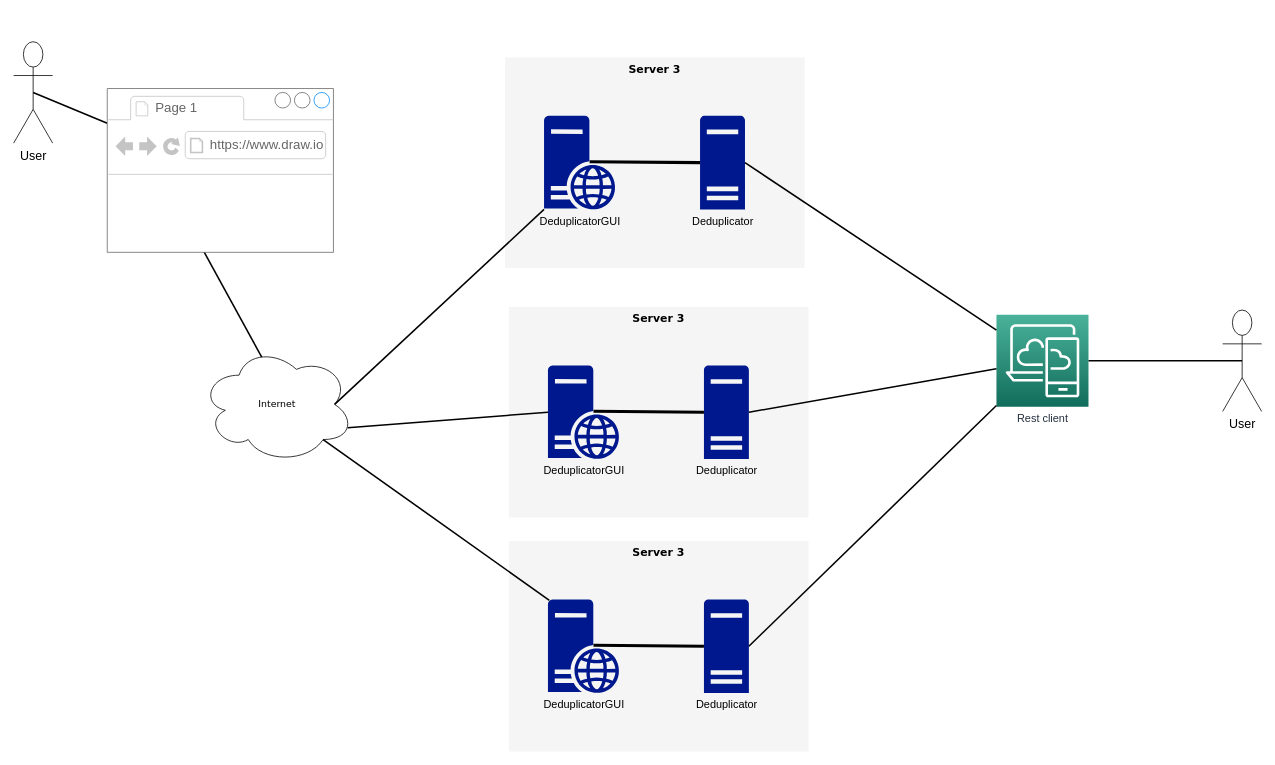
Earlier version of the draw.io diagram Documentation/project schema/projectSchema.drawio (FadilSmajilbasic/Deduplicator). Source tidied: cells renumbered, new cells numbered last; positions are measured from the earlier drawing's top-left corner, leaving out a move shared by most shapes. Both pictures are drawn from the tidied source at 78%, with x=0, y=0 at pixel (13, 41).
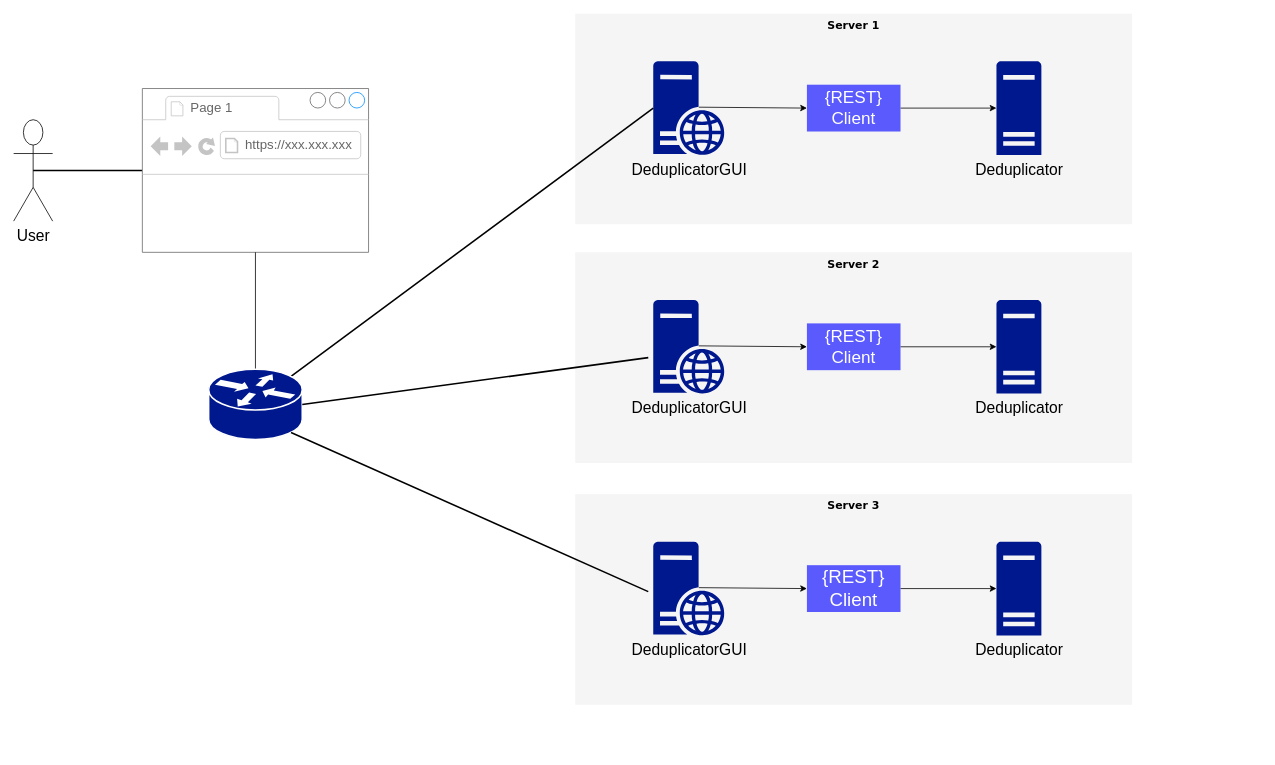
Above is the later version.

Change to the diagram source:
```diff
@@
-    <mxCell id="2" style="edgeStyle=none;rounded=0;jettySize=auto;html=1;exitX=0.4;exitY=0.1;exitDx=0;exitDy=0;exitPerimeter=0;entryX=0.41;entryY=0.952;entryDx=0;entryDy=0;entryPerimeter=0;endArrow=none;endFill=0;strokeWidth=2;" parent="1" edge="1" source="3" target="6">
-      <mxGeometry relative="1" as="geometry" />
-    </mxCell>
-    <mxCell id="3" value="Internet" style="ellipse;shape=cloud;whiteSpace=wrap;html=1;rounded=0;shadow=0;comic=0;strokeWidth=1;fontFamily=Verdana;fontSize=12;" parent="1" vertex="1">
-      <mxGeometry x="240" y="390" width="196" height="150" as="geometry" />
-    </mxCell>
@@
-    <mxCell id="5" value="&lt;font style=&quot;font-size: 16px&quot;&gt;User&lt;/font&gt;" style="shape=umlActor;verticalLabelPosition=bottom;labelBackgroundColor=#ffffff;verticalAlign=top;html=1;outlineConnect=0;" parent="1" vertex="1">
-      <mxGeometry width="50" height="130" as="geometry" />
+    <mxCell id="5" value="&lt;font style=&quot;font-size: 20px;&quot;&gt;User&lt;/font&gt;" style="shape=umlActor;verticalLabelPosition=bottom;labelBackgroundColor=#ffffff;verticalAlign=top;html=1;outlineConnect=0;fontSize=20;" parent="1" vertex="1">
+      <mxGeometry y="100" width="50" height="130" as="geometry" />
     </mxCell>
     <mxCell id="6" style="strokeWidth=1;shadow=0;dashed=0;align=center;html=1;shape=mxgraph.mockup.containers.browserWindow;rSize=0;strokeColor=#666666;strokeColor2=#008cff;strokeColor3=#c4c4c4;mainText=,;" parent="1" vertex="1">
-      <mxGeometry x="120" y="60" width="290" height="210" as="geometry" />
+      <mxGeometry x="165" y="60" width="290" height="210" as="geometry" />
     </mxCell>
@@
-    <mxCell id="8" value="https://www.draw.io" style="strokeWidth=1;shadow=0;dashed=0;align=center;html=1;shape=mxgraph.mockup.containers.anchor;rSize=0;fontSize=17;fontColor=#666666;align=left;" parent="6" vertex="1">
-      <mxGeometry x="130" y="60" width="250" height="26" as="geometry" />
+    <mxCell id="8" value="https://xxx.xxx.xxx" style="strokeWidth=1;shadow=0;dashed=0;align=center;html=1;shape=mxgraph.mockup.containers.anchor;rSize=0;fontSize=17;fontColor=#666666;align=left;" parent="6" vertex="1">
+      <mxGeometry x="130" y="60" width="140" height="26" as="geometry" />
     </mxCell>
     <mxCell id="9" style="group;" parent="1" vertex="1">
-      <mxGeometry x="630" y="20" width="384" height="270" as="geometry" />
+      <mxGeometry x="720" y="-36" width="714" height="270" as="geometry" />
     </mxCell>
-    <mxCell id="10" value="Server 3" style="whiteSpace=wrap;html=1;rounded=0;shadow=0;comic=0;strokeWidth=1;fontFamily=Verdana;fontSize=14;fillColor=#f5f5f5;strokeColor=none;fontStyle=1;verticalAlign=top;" parent="9" vertex="1">
-      <mxGeometry width="384" height="270" as="geometry" />
+    <mxCell id="10" value="Server 1" style="whiteSpace=wrap;html=1;rounded=0;shadow=0;comic=0;strokeWidth=1;fontFamily=Verdana;fontSize=14;fillColor=#f5f5f5;strokeColor=none;fontStyle=1;verticalAlign=top;" parent="9" vertex="1">
+      <mxGeometry width="714" height="270" as="geometry" />
     </mxCell>
-    <mxCell id="11" value="&lt;font style=&quot;font-size: 14px&quot;&gt;DeduplicatorGUI&lt;/font&gt;" style="shadow=0;dashed=0;html=1;strokeColor=none;labelPosition=center;verticalLabelPosition=bottom;verticalAlign=top;align=center;fillColor=#00188D;shape=mxgraph.mscae.enterprise.web_server;" parent="9" vertex="1">
-      <mxGeometry x="50" y="75" width="91.2" height="120" as="geometry" />
+    <mxCell id="11" value="&lt;font style=&quot;font-size: 20px&quot;&gt;DeduplicatorGUI&lt;/font&gt;" style="shadow=0;dashed=0;html=1;strokeColor=none;labelPosition=center;verticalLabelPosition=bottom;verticalAlign=top;align=center;fillColor=#00188D;shape=mxgraph.mscae.enterprise.web_server;" parent="9" vertex="1">
+      <mxGeometry x="100" y="61.1" width="91.2" height="120" as="geometry" />
     </mxCell>
-    <mxCell id="12" value="&lt;font style=&quot;font-size: 14px&quot;&gt;Deduplicator&lt;/font&gt;" style="shadow=0;dashed=0;html=1;strokeColor=none;labelPosition=center;verticalLabelPosition=bottom;verticalAlign=top;align=center;fillColor=#00188D;shape=mxgraph.mscae.enterprise.server_generic;" parent="9" vertex="1">
-      <mxGeometry x="250" y="75" width="57.6" height="120" as="geometry" />
+    <mxCell id="12" value="&lt;font style=&quot;font-size: 20px&quot;&gt;Deduplicator&lt;/font&gt;" style="shadow=0;dashed=0;html=1;strokeColor=none;labelPosition=center;verticalLabelPosition=bottom;verticalAlign=top;align=center;fillColor=#00188D;shape=mxgraph.mscae.enterprise.server_generic;" parent="9" vertex="1">
+      <mxGeometry x="540" y="61.1" width="57.6" height="120" as="geometry" />
     </mxCell>
-    <mxCell id="13" style="edgeStyle=none;rounded=0;jettySize=auto;html=1;entryX=0;entryY=0.5;entryDx=0;entryDy=0;entryPerimeter=0;endArrow=none;endFill=0;strokeWidth=4;exitX=0.64;exitY=0.49;exitDx=0;exitDy=0;exitPerimeter=0;" parent="9" edge="1" source="11" target="12">
-      <mxGeometry relative="1" as="geometry" />
-    </mxCell>
+    <mxCell id="33" style="edgeStyle=none;rounded=0;jettySize=auto;html=1;exitX=1;exitY=0.5;exitDx=0;exitDy=0;entryX=0;entryY=0.5;entryDx=0;entryDy=0;entryPerimeter=0;startArrow=none;startFill=0;endArrow=classic;endFill=1;fontSize=20;" parent="9" edge="1" source="35" target="12">
+      <mxGeometry relative="1" as="geometry" />
+    </mxCell>
+    <mxCell id="34" style="edgeStyle=none;rounded=0;jettySize=auto;html=1;exitX=0;exitY=0.5;exitDx=0;exitDy=0;entryX=0.64;entryY=0.49;entryDx=0;entryDy=0;entryPerimeter=0;startArrow=classic;startFill=1;endArrow=none;endFill=0;fontSize=20;" parent="9" edge="1" source="35" target="11">
+      <mxGeometry relative="1" as="geometry" />
+    </mxCell>
+    <mxCell id="35" value="&lt;font color=&quot;#ffffff&quot; style=&quot;font-size: 22px&quot;&gt;{REST}&lt;br&gt;Client&lt;br&gt;&lt;/font&gt;" style="rounded=0;whiteSpace=wrap;html=1;fillColor=#3333FF;gradientColor=#3333FF;fontSize=20;strokeColor=none;opacity=80;" parent="9" vertex="1">
+      <mxGeometry x="297" y="91.1" width="120" height="60" as="geometry" />
+    </mxCell>
-    <mxCell id="14" style="edgeStyle=none;rounded=0;jettySize=auto;html=1;exitX=0;exitY=1;exitDx=0;exitDy=0;exitPerimeter=0;entryX=0.875;entryY=0.5;entryDx=0;entryDy=0;entryPerimeter=0;endArrow=none;endFill=0;strokeWidth=2;" parent="1" edge="1" source="11" target="3">
+    <mxCell id="14" style="edgeStyle=none;rounded=0;jettySize=auto;html=1;exitX=0;exitY=0.5;exitDx=0;exitDy=0;exitPerimeter=0;endArrow=none;endFill=0;strokeWidth=2;entryX=0.88;entryY=0.1;entryDx=0;entryDy=0;entryPerimeter=0;" parent="1" edge="1" source="11" target="37">
       <mxGeometry relative="1" as="geometry" />
     </mxCell>
-    <mxCell id="15" value="&lt;font style=&quot;font-size: 14px&quot;&gt;Rest client&lt;/font&gt;" style="outlineConnect=0;fontColor=#232F3E;gradientColor=#4AB29A;gradientDirection=north;fillColor=#116D5B;strokeColor=#ffffff;dashed=0;verticalLabelPosition=bottom;verticalAlign=top;align=center;html=1;fontSize=12;fontStyle=0;shape=mxgraph.aws4.resourceIcon;resIcon=mxgraph.aws4.desktop_and_app_streaming;" parent="1" vertex="1">
-      <mxGeometry x="1260" y="350" width="118" height="118" as="geometry" />
-    </mxCell>
-    <mxCell id="16" style="group;" parent="1" vertex="1">
-      <mxGeometry x="635" y="340" width="384" height="270" as="geometry" />
-    </mxCell>
-    <mxCell id="17" value="Server 3" style="whiteSpace=wrap;html=1;rounded=0;shadow=0;comic=0;strokeWidth=1;fontFamily=Verdana;fontSize=14;fillColor=#f5f5f5;strokeColor=none;fontStyle=1;verticalAlign=top;" parent="16" vertex="1">
-      <mxGeometry width="384" height="270" as="geometry" />
-    </mxCell>
-    <mxCell id="18" value="&lt;font style=&quot;font-size: 14px&quot;&gt;DeduplicatorGUI&lt;/font&gt;" style="shadow=0;dashed=0;html=1;strokeColor=none;labelPosition=center;verticalLabelPosition=bottom;verticalAlign=top;align=center;fillColor=#00188D;shape=mxgraph.mscae.enterprise.web_server;" parent="16" vertex="1">
-      <mxGeometry x="50" y="75" width="91.2" height="120" as="geometry" />
-    </mxCell>
-    <mxCell id="19" value="&lt;font style=&quot;font-size: 14px&quot;&gt;Deduplicator&lt;/font&gt;" style="shadow=0;dashed=0;html=1;strokeColor=none;labelPosition=center;verticalLabelPosition=bottom;verticalAlign=top;align=center;fillColor=#00188D;shape=mxgraph.mscae.enterprise.server_generic;" parent="16" vertex="1">
-      <mxGeometry x="250" y="75" width="57.6" height="120" as="geometry" />
-    </mxCell>
-    <mxCell id="20" style="edgeStyle=none;rounded=0;jettySize=auto;html=1;entryX=0;entryY=0.5;entryDx=0;entryDy=0;entryPerimeter=0;endArrow=none;endFill=0;strokeWidth=4;exitX=0.64;exitY=0.49;exitDx=0;exitDy=0;exitPerimeter=0;" parent="16" edge="1" source="18" target="19">
-      <mxGeometry relative="1" as="geometry" />
-    </mxCell>
-    <mxCell id="21" style="group;" parent="1" vertex="1">
-      <mxGeometry x="635" y="640" width="384" height="270" as="geometry" />
-    </mxCell>
-    <mxCell id="22" value="Server 3" style="whiteSpace=wrap;html=1;rounded=0;shadow=0;comic=0;strokeWidth=1;fontFamily=Verdana;fontSize=14;fillColor=#f5f5f5;strokeColor=none;fontStyle=1;verticalAlign=top;" parent="21" vertex="1">
-      <mxGeometry width="384" height="270" as="geometry" />
-    </mxCell>
-    <mxCell id="23" value="&lt;font style=&quot;font-size: 14px&quot;&gt;DeduplicatorGUI&lt;/font&gt;" style="shadow=0;dashed=0;html=1;strokeColor=none;labelPosition=center;verticalLabelPosition=bottom;verticalAlign=top;align=center;fillColor=#00188D;shape=mxgraph.mscae.enterprise.web_server;" parent="21" vertex="1">
-      <mxGeometry x="50" y="75" width="91.2" height="120" as="geometry" />
-    </mxCell>
-    <mxCell id="24" value="&lt;font style=&quot;font-size: 14px&quot;&gt;Deduplicator&lt;/font&gt;" style="shadow=0;dashed=0;html=1;strokeColor=none;labelPosition=center;verticalLabelPosition=bottom;verticalAlign=top;align=center;fillColor=#00188D;shape=mxgraph.mscae.enterprise.server_generic;" parent="21" vertex="1">
-      <mxGeometry x="250" y="75" width="57.6" height="120" as="geometry" />
-    </mxCell>
-    <mxCell id="25" style="edgeStyle=none;rounded=0;jettySize=auto;html=1;entryX=0;entryY=0.5;entryDx=0;entryDy=0;entryPerimeter=0;endArrow=none;endFill=0;strokeWidth=4;exitX=0.64;exitY=0.49;exitDx=0;exitDy=0;exitPerimeter=0;" parent="21" edge="1" source="23" target="24">
-      <mxGeometry relative="1" as="geometry" />
-    </mxCell>
+    <mxCell id="36" style="rounded=0;jettySize=auto;html=1;exitX=0.5;exitY=0;exitDx=0;exitDy=0;exitPerimeter=0;fontSize=20;endArrow=none;endFill=0;" parent="1" edge="1" source="37" target="6">
+      <mxGeometry relative="1" as="geometry" />
+    </mxCell>
+    <mxCell id="37" style="shape=mxgraph.cisco.routers.router;html=1;dashed=0;fillColor=#00188D;strokeColor=#ffffff;strokeWidth=2;verticalLabelPosition=bottom;verticalAlign=top;fontSize=20;" parent="1" vertex="1">
+      <mxGeometry x="250" y="420" width="120" height="90" as="geometry" />
+    </mxCell>
+    <mxCell id="38" style="group;opacity=30;" parent="1" vertex="1">
+      <mxGeometry x="720" y="270" width="714" height="270" as="geometry" />
+    </mxCell>
+    <mxCell id="39" value="Server 2" style="whiteSpace=wrap;html=1;rounded=0;shadow=0;comic=0;strokeWidth=1;fontFamily=Verdana;fontSize=14;fillColor=#f5f5f5;strokeColor=none;fontStyle=1;verticalAlign=top;" parent="38" vertex="1">
+      <mxGeometry width="714" height="270" as="geometry" />
+    </mxCell>
+    <mxCell id="40" value="&lt;font style=&quot;font-size: 20px&quot;&gt;DeduplicatorGUI&lt;/font&gt;" style="shadow=0;dashed=0;html=1;strokeColor=none;labelPosition=center;verticalLabelPosition=bottom;verticalAlign=top;align=center;fillColor=#00188D;shape=mxgraph.mscae.enterprise.web_server;" parent="38" vertex="1">
+      <mxGeometry x="100" y="61.1" width="91.2" height="120" as="geometry" />
+    </mxCell>
+    <mxCell id="41" value="&lt;font style=&quot;font-size: 20px&quot;&gt;Deduplicator&lt;/font&gt;" style="shadow=0;dashed=0;html=1;strokeColor=none;labelPosition=center;verticalLabelPosition=bottom;verticalAlign=top;align=center;fillColor=#00188D;shape=mxgraph.mscae.enterprise.server_generic;" parent="38" vertex="1">
+      <mxGeometry x="540" y="61.1" width="57.6" height="120" as="geometry" />
+    </mxCell>
+    <mxCell id="42" style="edgeStyle=none;rounded=0;jettySize=auto;html=1;exitX=1;exitY=0.5;exitDx=0;exitDy=0;entryX=0;entryY=0.5;entryDx=0;entryDy=0;entryPerimeter=0;startArrow=none;startFill=0;endArrow=classic;endFill=1;fontSize=20;" parent="38" edge="1" source="44" target="41">
+      <mxGeometry relative="1" as="geometry" />
+    </mxCell>
+    <mxCell id="43" style="edgeStyle=none;rounded=0;jettySize=auto;html=1;exitX=0;exitY=0.5;exitDx=0;exitDy=0;entryX=0.64;entryY=0.49;entryDx=0;entryDy=0;entryPerimeter=0;startArrow=classic;startFill=1;endArrow=none;endFill=0;fontSize=20;" parent="38" edge="1" source="44" target="40">
+      <mxGeometry relative="1" as="geometry" />
+    </mxCell>
+    <mxCell id="44" value="&lt;span style=&quot;color: rgb(255 , 255 , 255) ; font-size: 22px&quot;&gt;{REST}&lt;/span&gt;&lt;br style=&quot;color: rgb(255 , 255 , 255) ; font-size: 22px&quot;&gt;&lt;span style=&quot;color: rgb(255 , 255 , 255) ; font-size: 22px&quot;&gt;Client&lt;/span&gt;" style="rounded=0;whiteSpace=wrap;html=1;fillColor=#3333FF;gradientColor=#3333FF;fontSize=20;strokeColor=none;opacity=80;" parent="38" vertex="1">
+      <mxGeometry x="297" y="91.1" width="120" height="60" as="geometry" />
+    </mxCell>
+    <mxCell id="45" style="group;" parent="1" vertex="1">
+      <mxGeometry x="720" y="580" width="714" height="270" as="geometry" />
+    </mxCell>
+    <mxCell id="46" value="Server 3" style="whiteSpace=wrap;html=1;rounded=0;shadow=0;comic=0;strokeWidth=1;fontFamily=Verdana;fontSize=14;fillColor=#f5f5f5;strokeColor=none;fontStyle=1;verticalAlign=top;" parent="45" vertex="1">
+      <mxGeometry width="714" height="270" as="geometry" />
+    </mxCell>
+    <mxCell id="47" value="&lt;font style=&quot;font-size: 20px&quot;&gt;DeduplicatorGUI&lt;/font&gt;" style="shadow=0;dashed=0;html=1;strokeColor=none;labelPosition=center;verticalLabelPosition=bottom;verticalAlign=top;align=center;fillColor=#00188D;shape=mxgraph.mscae.enterprise.web_server;" parent="45" vertex="1">
+      <mxGeometry x="100" y="61.1" width="91.2" height="120" as="geometry" />
+    </mxCell>
+    <mxCell id="48" value="&lt;font style=&quot;font-size: 20px&quot;&gt;Deduplicator&lt;/font&gt;" style="shadow=0;dashed=0;html=1;strokeColor=none;labelPosition=center;verticalLabelPosition=bottom;verticalAlign=top;align=center;fillColor=#00188D;shape=mxgraph.mscae.enterprise.server_generic;" parent="45" vertex="1">
+      <mxGeometry x="540" y="61.1" width="57.6" height="120" as="geometry" />
+    </mxCell>
+    <mxCell id="49" style="edgeStyle=none;rounded=0;jettySize=auto;html=1;exitX=1;exitY=0.5;exitDx=0;exitDy=0;entryX=0;entryY=0.5;entryDx=0;entryDy=0;entryPerimeter=0;startArrow=none;startFill=0;endArrow=classic;endFill=1;fontSize=20;" parent="45" edge="1" source="51" target="48">
+      <mxGeometry relative="1" as="geometry" />
+    </mxCell>
+    <mxCell id="50" style="edgeStyle=none;rounded=0;jettySize=auto;html=1;exitX=0;exitY=0.5;exitDx=0;exitDy=0;entryX=0.64;entryY=0.49;entryDx=0;entryDy=0;entryPerimeter=0;startArrow=classic;startFill=1;endArrow=none;endFill=0;fontSize=20;" parent="45" edge="1" source="51" target="47">
+      <mxGeometry relative="1" as="geometry" />
+    </mxCell>
+    <mxCell id="51" value="&lt;font style=&quot;font-size: 24px&quot;&gt;&lt;span style=&quot;color: rgb(255 , 255 , 255)&quot;&gt;{REST}&lt;/span&gt;&lt;br style=&quot;color: rgb(255 , 255 , 255)&quot;&gt;&lt;span style=&quot;color: rgb(255 , 255 , 255)&quot;&gt;Client&lt;/span&gt;&lt;/font&gt;" style="rounded=0;whiteSpace=wrap;html=1;fillColor=#3333FF;gradientColor=#3333FF;fontSize=20;strokeColor=none;opacity=80;" parent="45" vertex="1">
+      <mxGeometry x="297" y="91.1" width="120" height="60" as="geometry" />
+    </mxCell>
-    <mxCell id="26" style="rounded=0;jettySize=auto;html=1;entryX=0.8;entryY=0.8;entryDx=0;entryDy=0;entryPerimeter=0;endArrow=none;endFill=0;strokeWidth=2;exitX=0.02;exitY=0.01;exitDx=0;exitDy=0;exitPerimeter=0;" parent="1" edge="1" source="23" target="3">
-      <mxGeometry relative="1" as="geometry" />
+    <mxCell id="26" style="rounded=0;jettySize=auto;html=1;endArrow=none;endFill=0;strokeWidth=2;exitX=0;exitY=0.5;exitDx=0;exitDy=0;exitPerimeter=0;entryX=0.88;entryY=0.9;entryDx=0;entryDy=0;entryPerimeter=0;" parent="1" edge="1" target="37">
+      <mxGeometry relative="1" as="geometry">
+        <mxPoint x="813.6" y="705" as="sourcePoint" />
+      </mxGeometry>
     </mxCell>
-    <mxCell id="27" style="edgeStyle=none;rounded=0;jettySize=auto;html=1;exitX=0.96;exitY=0.7;exitDx=0;exitDy=0;exitPerimeter=0;entryX=0;entryY=0.5;entryDx=0;entryDy=0;entryPerimeter=0;endArrow=none;endFill=0;strokeWidth=2;" parent="1" edge="1" source="3" target="18">
-      <mxGeometry relative="1" as="geometry" />
+    <mxCell id="27" style="edgeStyle=none;rounded=0;jettySize=auto;html=1;entryX=0;entryY=0.5;entryDx=0;entryDy=0;entryPerimeter=0;endArrow=none;endFill=0;strokeWidth=2;exitX=1;exitY=0.5;exitDx=0;exitDy=0;exitPerimeter=0;" parent="1" edge="1" source="37">
+      <mxGeometry relative="1" as="geometry">
+        <mxPoint x="813.6" y="405" as="targetPoint" />
+      </mxGeometry>
     </mxCell>
-    <mxCell id="28" style="edgeStyle=none;rounded=0;jettySize=auto;html=1;exitX=0.5;exitY=0.5;exitDx=0;exitDy=0;exitPerimeter=0;endArrow=none;endFill=0;strokeWidth=2;" parent="1" edge="1" source="29" target="15">
-      <mxGeometry relative="1" as="geometry" />
-    </mxCell>
-    <mxCell id="29" value="&lt;font style=&quot;font-size: 16px&quot;&gt;User&lt;/font&gt;" style="shape=umlActor;verticalLabelPosition=bottom;labelBackgroundColor=#ffffff;verticalAlign=top;html=1;outlineConnect=0;" parent="1" vertex="1">
-      <mxGeometry x="1550" y="344" width="50" height="130" as="geometry" />
-    </mxCell>
-    <mxCell id="30" style="edgeStyle=none;rounded=0;jettySize=auto;html=1;exitX=1;exitY=0.5;exitDx=0;exitDy=0;exitPerimeter=0;endArrow=none;endFill=0;strokeWidth=2;" parent="1" edge="1" source="12" target="15">
-      <mxGeometry relative="1" as="geometry" />
-    </mxCell>
-    <mxCell id="31" style="edgeStyle=none;rounded=0;jettySize=auto;html=1;exitX=1;exitY=0.5;exitDx=0;exitDy=0;exitPerimeter=0;endArrow=none;endFill=0;strokeWidth=2;" parent="1" edge="1" source="19" target="15">
-      <mxGeometry relative="1" as="geometry" />
-    </mxCell>
-    <mxCell id="32" style="edgeStyle=none;rounded=0;jettySize=auto;html=1;exitX=1;exitY=0.5;exitDx=0;exitDy=0;exitPerimeter=0;endArrow=none;endFill=0;strokeWidth=2;" parent="1" edge="1" source="24" target="15">
-      <mxGeometry relative="1" as="geometry" />
-    </mxCell>
```
